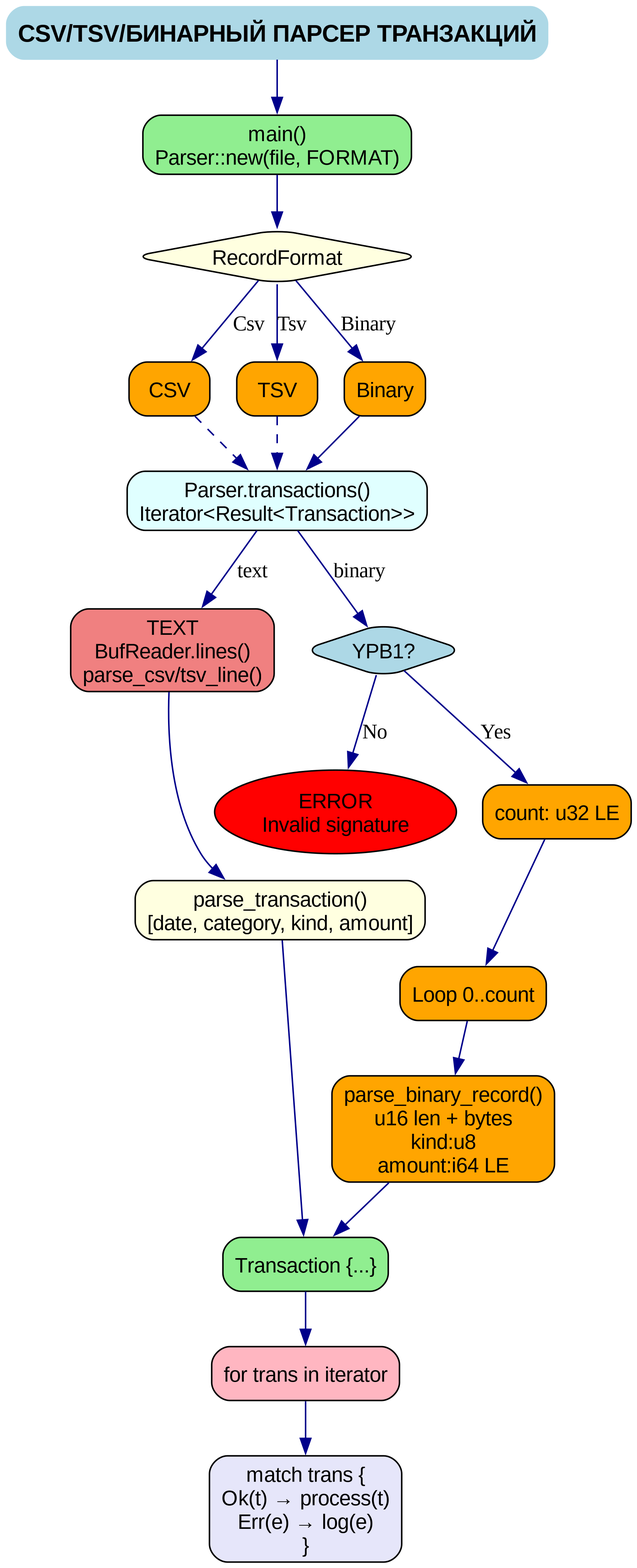
The Graphviz diagram docs/flow.png in dabevlohn/tsv-csv-bufparser, before a commit. Its source is kept beside it as docs/flow.dot.
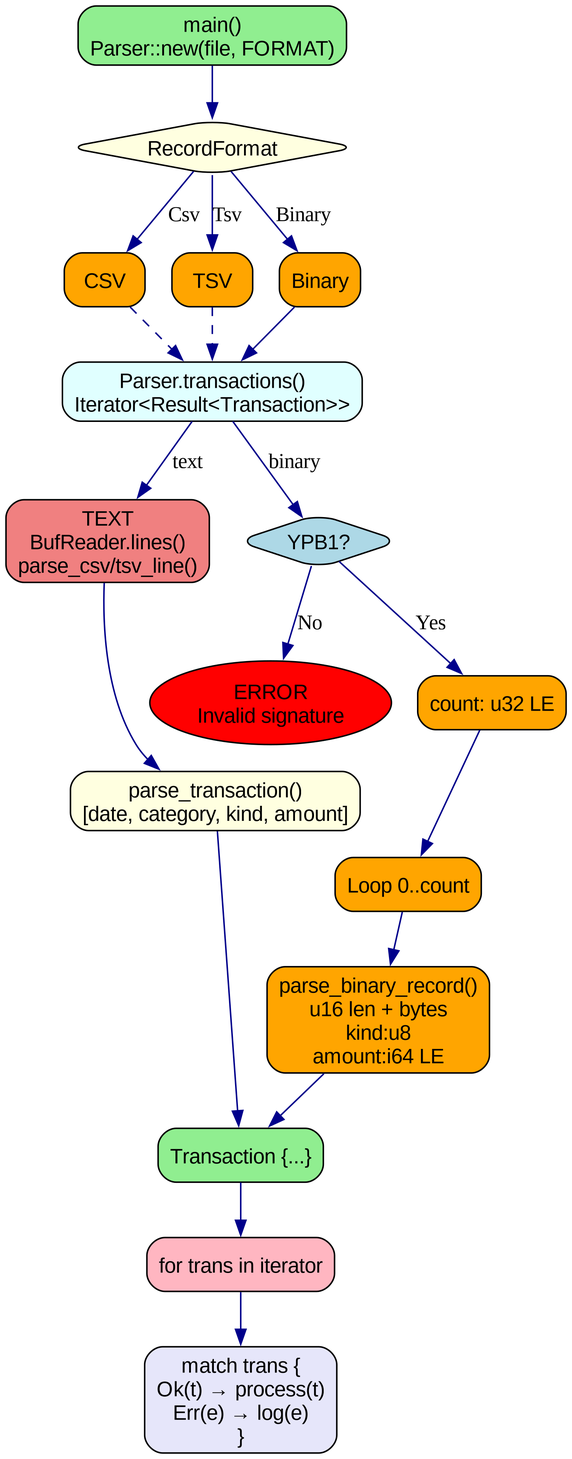
Above is the later version.

Diff of the diagram source:
```diff
@@ -5,8 +5,6 @@
 
     node [shape=box, style="rounded,filled", fillcolor=lightblue, fontname="Arial"];
     edge [color=darkblue];
-
-    title [label="CSV/TSV/БИНАРНЫЙ ПАРСЕР ТРАНЗАКЦИЙ", shape=plaintext, fontsize=16, fontname="Arial Bold"];
 
     main [label="main()\nParser::new(file, FORMAT)", fillcolor=lightgreen];
     format [label="RecordFormat", shape=diamond, fillcolor=lightyellow];
@@ -29,7 +27,6 @@
     consumer [label="for trans in iterator", fillcolor=lightpink];
     match_block [label="match trans {\nOk(t) → process(t)\nErr(e) → log(e)\n}", shape=box, fillcolor=lavender];
 
-    title -> main;
     main -> format;
 
     format -> csv [label="Csv"];
```
